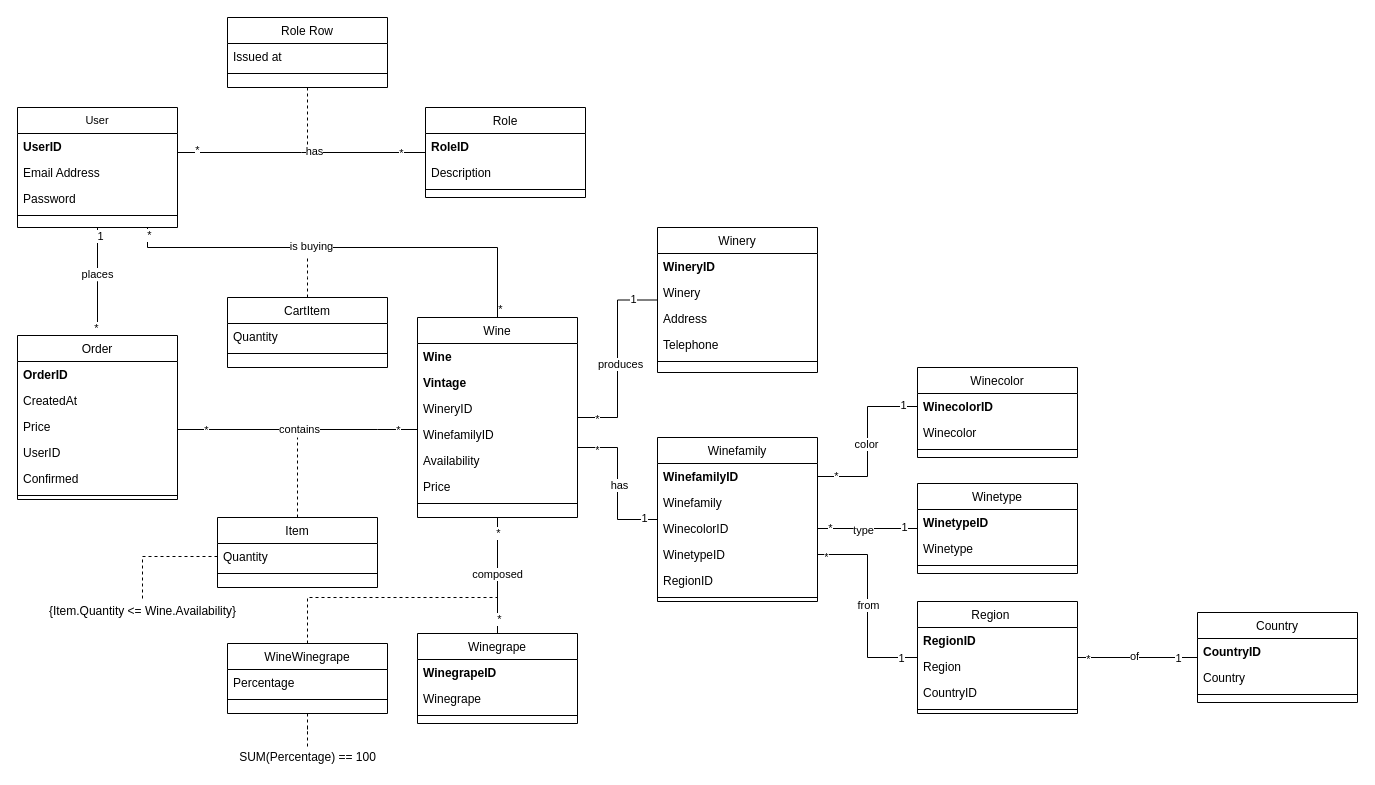
The draw.io diagram Docs/Requirements Analysis/Diagrams/Class Diagrams/Winer.ClassDiagram.drawio in Gprisco/winer-unisa, before the edit. Source tidied: cells renumbered, new cells numbered last; positions are measured from the earlier drawing's top-left corner, leaving out a move shared by most shapes. Both pictures are drawn from the tidied source at 100%, with x=0, y=0 at pixel (17, 17).
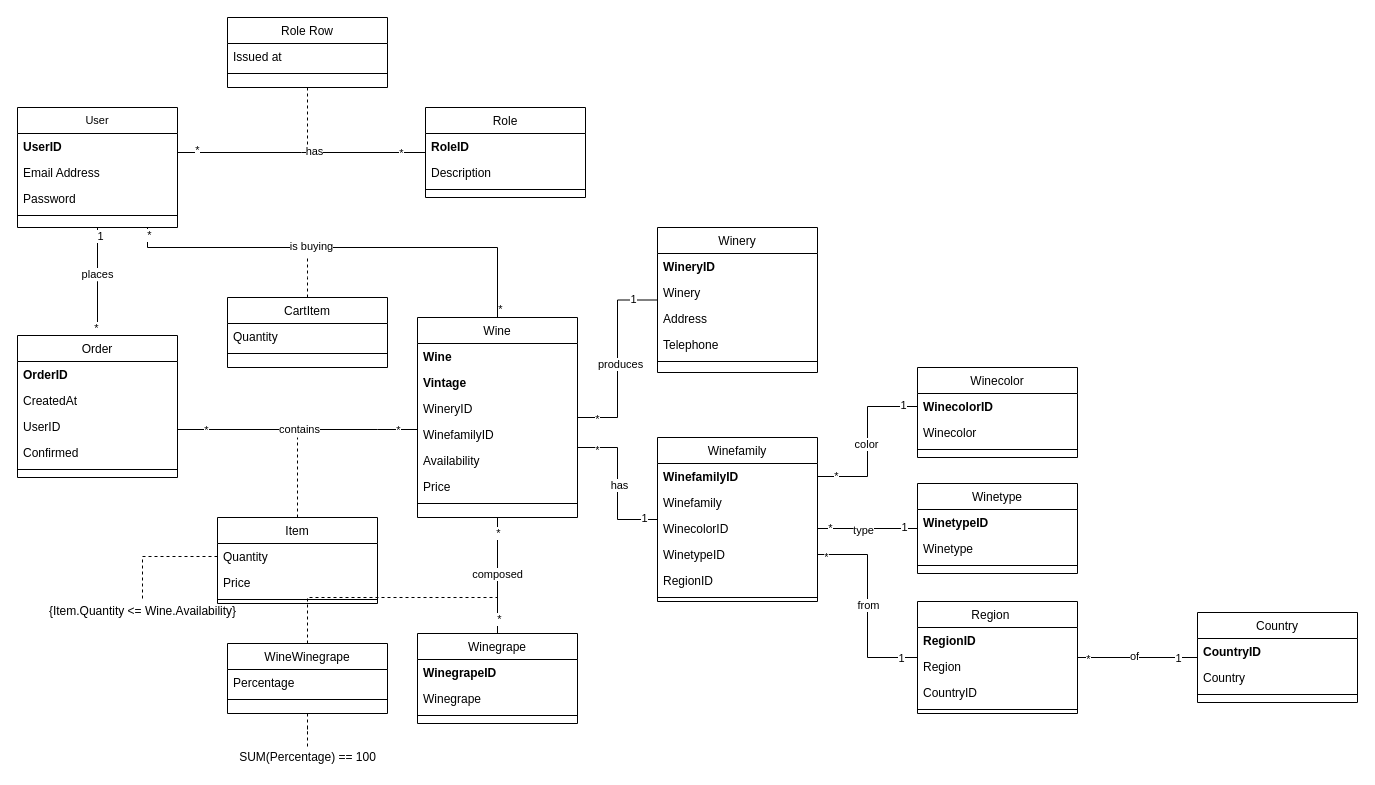
After the change.

Commit message (it also covers changes not shown here):
Updated Class Diagram in Requirements Analysis

The edit, as a diff of the source:
```diff
@@
     <mxCell id="15" value="Order" style="swimlane;fontStyle=0;align=center;verticalAlign=top;horizontal=1;startSize=26;rounded=0;shadow=0;strokeWidth=1;" parent="1" vertex="1">
-      <mxGeometry y="318" width="160" height="164" as="geometry" />
+      <mxGeometry y="318" width="160" height="142" as="geometry" />
     </mxCell>
@@
-    <mxCell id="18" value="Price" style="text;align=left;verticalAlign=top;spacingLeft=4;spacingRight=4;overflow=hidden;rounded=0;shadow=0;html=0;" parent="15" vertex="1">
-      <mxGeometry y="78" width="160" height="26" as="geometry" />
-    </mxCell>
     <mxCell id="19" value="UserID" style="text;align=left;verticalAlign=top;spacingLeft=4;spacingRight=4;overflow=hidden;rounded=0;shadow=0;html=0;" parent="15" vertex="1">
-      <mxGeometry y="104" width="160" height="26" as="geometry" />
+      <mxGeometry y="78" width="160" height="26" as="geometry" />
     </mxCell>
     <mxCell id="20" value="Confirmed" style="text;align=left;verticalAlign=top;spacingLeft=4;spacingRight=4;overflow=hidden;rounded=0;shadow=0;html=0;" parent="15" vertex="1">
-      <mxGeometry y="130" width="160" height="26" as="geometry" />
+      <mxGeometry y="104" width="160" height="26" as="geometry" />
     </mxCell>
     <mxCell id="21" style="line;html=1;strokeWidth=1;align=left;verticalAlign=middle;spacingTop=-1;spacingLeft=3;spacingRight=3;labelPosition=right;" parent="15" vertex="1">
-      <mxGeometry y="156" width="160" height="8" as="geometry" />
+      <mxGeometry y="130" width="160" height="8" as="geometry" />
     </mxCell>
@@
     <mxCell id="109" value="Item" style="swimlane;fontStyle=0;align=center;verticalAlign=top;horizontal=1;startSize=26;rounded=0;shadow=0;strokeWidth=1;" parent="1" vertex="1">
-      <mxGeometry x="200" y="500" width="160" height="70" as="geometry" />
+      <mxGeometry x="200" y="500" width="160" height="86" as="geometry" />
     </mxCell>
@@
+    <mxCell id="18" value="Price" style="text;align=left;verticalAlign=top;spacingLeft=4;spacingRight=4;overflow=hidden;fontStyle=0;" parent="109" vertex="1">
+      <mxGeometry y="52" width="160" height="26" as="geometry" />
+    </mxCell>
     <mxCell id="111" style="line;html=1;strokeWidth=1;align=left;verticalAlign=middle;spacingTop=-1;spacingLeft=3;spacingRight=3;labelPosition=right;" parent="109" vertex="1">
-      <mxGeometry y="52" width="160" height="8" as="geometry" />
+      <mxGeometry y="78" width="160" height="8" as="geometry" />
     </mxCell>
```
